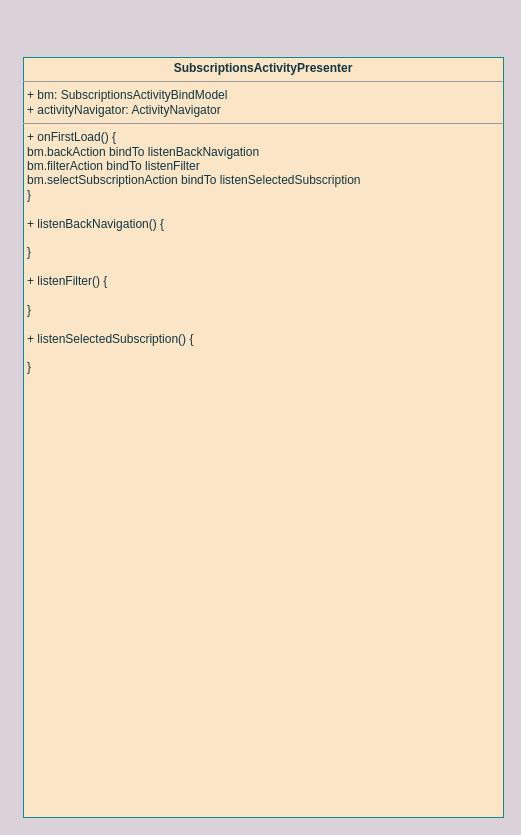
This is UNI-16879.drawio from ShiryaevNikolay/diagrams, a draw.io file, before an edit. Source tidied: cells renumbered, new cells numbered last; positions are measured from the earlier drawing's top-left corner, leaving out a move shared by most shapes. Both pictures are drawn from the tidied source at 100%, with x=0, y=0 at pixel (23, 57).
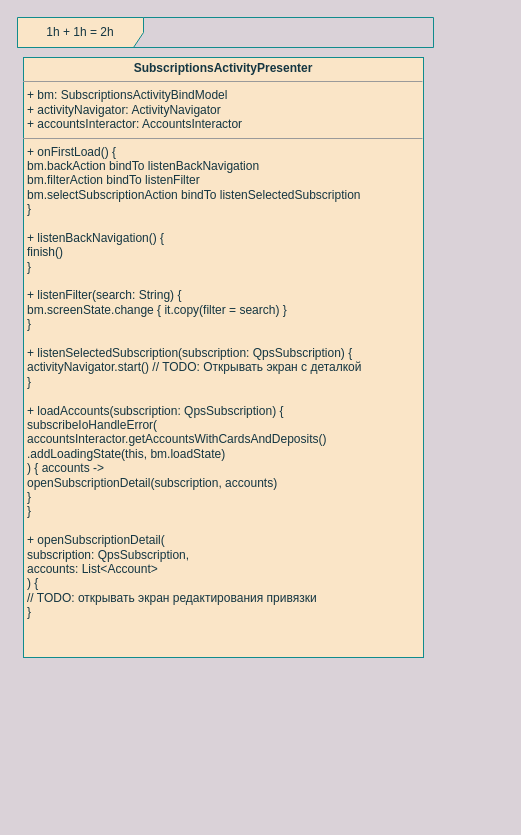
After the change.

What changed in the source:
```diff
@@
 <mxGraphModel background="#DAD2D8">
   <root>
     <mxCell id="0" />
     <mxCell id="1" parent="0" />
-    <mxCell id="2" value="&lt;p style=&quot;margin:0px;margin-top:4px;text-align:center;&quot;&gt;&lt;b&gt;SubscriptionsActivityPresenter&lt;/b&gt;&lt;/p&gt;&lt;hr size=&quot;1&quot;&gt;&lt;p style=&quot;margin:0px;margin-left:4px;&quot;&gt;+ bm: SubscriptionsActivityBindModel&lt;/p&gt;&lt;p style=&quot;margin:0px;margin-left:4px;&quot;&gt;+ activityNavigator: ActivityNavigator&lt;br&gt;&lt;/p&gt;&lt;hr size=&quot;1&quot;&gt;&lt;p style=&quot;margin:0px;margin-left:4px;&quot;&gt;+ onFirstLoad() {&lt;/p&gt;&lt;p style=&quot;margin:0px;margin-left:4px;&quot;&gt;bm.backAction bindTo listenBackNavigation&lt;/p&gt;&lt;p style=&quot;margin:0px;margin-left:4px;&quot;&gt;bm.filterAction bindTo listenFilter&lt;/p&gt;&lt;p style=&quot;margin:0px;margin-left:4px;&quot;&gt;bm.selectSubscriptionAction bindTo listenSelectedSubscription&lt;/p&gt;&lt;p style=&quot;margin:0px;margin-left:4px;&quot;&gt;}&lt;/p&gt;&lt;p style=&quot;margin:0px;margin-left:4px;&quot;&gt;&lt;br&gt;&lt;/p&gt;&lt;p style=&quot;margin:0px;margin-left:4px;&quot;&gt;+ listenBackNavigation() {&lt;/p&gt;&lt;p style=&quot;margin:0px;margin-left:4px;&quot;&gt;&lt;br&gt;&lt;/p&gt;&lt;p style=&quot;margin:0px;margin-left:4px;&quot;&gt;}&lt;/p&gt;&lt;p style=&quot;margin:0px;margin-left:4px;&quot;&gt;&lt;br&gt;&lt;/p&gt;&lt;p style=&quot;margin:0px;margin-left:4px;&quot;&gt;+ listenFilter() {&lt;/p&gt;&lt;p style=&quot;margin:0px;margin-left:4px;&quot;&gt;&lt;br&gt;&lt;/p&gt;&lt;p style=&quot;margin:0px;margin-left:4px;&quot;&gt;}&lt;/p&gt;&lt;p style=&quot;margin:0px;margin-left:4px;&quot;&gt;&lt;br&gt;&lt;/p&gt;&lt;p style=&quot;margin:0px;margin-left:4px;&quot;&gt;+ listenSelectedSubscription() {&lt;/p&gt;&lt;p style=&quot;margin:0px;margin-left:4px;&quot;&gt;&lt;br&gt;&lt;/p&gt;&lt;p style=&quot;margin:0px;margin-left:4px;&quot;&gt;}&lt;br&gt;&lt;/p&gt;" style="verticalAlign=top;align=left;overflow=fill;fontSize=12;fontFamily=Helvetica;html=1;rounded=0;sketch=0;fontColor=#143642;strokeColor=#0F8B8D;fillColor=#FAE5C7;" parent="1" vertex="1">
-      <mxGeometry width="480" height="760" as="geometry" />
+    <mxCell id="2" value="&lt;p style=&quot;margin:0px;margin-top:4px;text-align:center;&quot;&gt;&lt;b&gt;SubscriptionsActivityPresenter&lt;/b&gt;&lt;/p&gt;&lt;hr size=&quot;1&quot;&gt;&lt;p style=&quot;margin:0px;margin-left:4px;&quot;&gt;+ bm: SubscriptionsActivityBindModel&lt;/p&gt;&lt;p style=&quot;margin:0px;margin-left:4px;&quot;&gt;+ activityNavigator: ActivityNavigator&lt;/p&gt;&lt;p style=&quot;margin:0px;margin-left:4px;&quot;&gt;+ accountsInteractor: AccountsInteractor&lt;br&gt;&lt;/p&gt;&lt;hr size=&quot;1&quot;&gt;&lt;p style=&quot;margin:0px;margin-left:4px;&quot;&gt;+ onFirstLoad() {&lt;/p&gt;&lt;p style=&quot;margin:0px;margin-left:4px;&quot;&gt;bm.backAction bindTo listenBackNavigation&lt;/p&gt;&lt;p style=&quot;margin:0px;margin-left:4px;&quot;&gt;bm.filterAction bindTo listenFilter&lt;/p&gt;&lt;p style=&quot;margin:0px;margin-left:4px;&quot;&gt;bm.selectSubscriptionAction bindTo listenSelectedSubscription&lt;/p&gt;&lt;p style=&quot;margin:0px;margin-left:4px;&quot;&gt;}&lt;/p&gt;&lt;p style=&quot;margin:0px;margin-left:4px;&quot;&gt;&lt;br&gt;&lt;/p&gt;&lt;p style=&quot;margin:0px;margin-left:4px;&quot;&gt;+ listenBackNavigation() {&lt;/p&gt;&lt;p style=&quot;margin:0px;margin-left:4px;&quot;&gt;finish()&lt;br&gt;&lt;/p&gt;&lt;p style=&quot;margin:0px;margin-left:4px;&quot;&gt;}&lt;/p&gt;&lt;p style=&quot;margin:0px;margin-left:4px;&quot;&gt;&lt;br&gt;&lt;/p&gt;&lt;p style=&quot;margin:0px;margin-left:4px;&quot;&gt;+ listenFilter(search: String) {&lt;/p&gt;&lt;p style=&quot;margin:0px;margin-left:4px;&quot;&gt;bm.screenState.change { it.copy(filter = search) }&lt;br&gt;&lt;/p&gt;&lt;p style=&quot;margin:0px;margin-left:4px;&quot;&gt;}&lt;/p&gt;&lt;p style=&quot;margin:0px;margin-left:4px;&quot;&gt;&lt;br&gt;&lt;/p&gt;&lt;p style=&quot;margin:0px;margin-left:4px;&quot;&gt;+ listenSelectedSubscription(subscription: QpsSubscription) {&lt;/p&gt;&lt;p style=&quot;margin:0px;margin-left:4px;&quot;&gt;activityNavigator.start() // TODO: Открывать экран с деталкой&lt;br&gt;&lt;/p&gt;&lt;p style=&quot;margin:0px;margin-left:4px;&quot;&gt;}&lt;/p&gt;&lt;p style=&quot;margin:0px;margin-left:4px;&quot;&gt;&lt;br&gt;&lt;/p&gt;&lt;p style=&quot;margin:0px;margin-left:4px;&quot;&gt;+ loadAccounts(subscription: QpsSubscription) {&lt;/p&gt;&lt;p style=&quot;margin:0px;margin-left:4px;&quot;&gt;subscribeIoHandleError(&lt;/p&gt;&lt;p style=&quot;margin:0px;margin-left:4px;&quot;&gt;accountsInteractor.getAccountsWithCardsAndDeposits()&lt;/p&gt;&lt;p style=&quot;margin:0px;margin-left:4px;&quot;&gt;.addLoadingState(this, bm.loadState)&lt;br&gt;&lt;/p&gt;&lt;p style=&quot;margin:0px;margin-left:4px;&quot;&gt;) { accounts -&amp;gt;&lt;br&gt;&lt;/p&gt;&lt;p style=&quot;margin:0px;margin-left:4px;&quot;&gt;openSubscriptionDetail(subscription, accounts)&lt;/p&gt;&lt;p style=&quot;margin:0px;margin-left:4px;&quot;&gt;}&lt;br&gt;&lt;/p&gt;&lt;p style=&quot;margin:0px;margin-left:4px;&quot;&gt;}&lt;/p&gt;&lt;p style=&quot;margin:0px;margin-left:4px;&quot;&gt;&lt;br&gt;&lt;/p&gt;&lt;p style=&quot;margin:0px;margin-left:4px;&quot;&gt;+ openSubscriptionDetail(&lt;/p&gt;&lt;p style=&quot;margin:0px;margin-left:4px;&quot;&gt;subscription: QpsSubscription,&lt;/p&gt;&lt;p style=&quot;margin:0px;margin-left:4px;&quot;&gt;accounts: List&amp;lt;Account&amp;gt;&lt;br&gt;&lt;/p&gt;&lt;p style=&quot;margin:0px;margin-left:4px;&quot;&gt;) {&lt;/p&gt;&lt;p style=&quot;margin:0px;margin-left:4px;&quot;&gt;// TODO: открывать экран редактирования привязки&lt;br&gt;&lt;/p&gt;&lt;p style=&quot;margin:0px;margin-left:4px;&quot;&gt;}&lt;br&gt;&lt;/p&gt;" style="verticalAlign=top;align=left;overflow=fill;fontSize=12;fontFamily=Helvetica;html=1;rounded=0;sketch=0;fontColor=#143642;strokeColor=#0F8B8D;fillColor=#FAE5C7;" parent="1" vertex="1">
+      <mxGeometry width="400" height="600" as="geometry" />
     </mxCell>
+    <mxCell id="3" value="1h + 1h = 2h" style="shape=umlFrame;whiteSpace=wrap;html=1;rounded=0;sketch=0;fontColor=#143642;strokeColor=#0F8B8D;fillColor=#FAE5C7;width=126;height=30;" parent="1" vertex="1">
+      <mxGeometry x="-6" y="-40" width="416" height="30" as="geometry" />
+    </mxCell>
   </root>
 </mxGraphModel>
```
